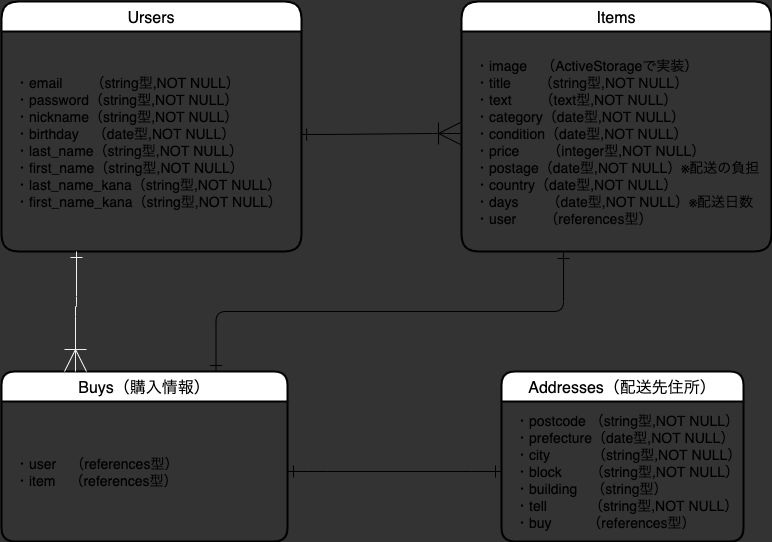
Before: furima.drawio.png, a diagram exported from draw.io (misato-yabe/furima-32068). Source tidied: cells renumbered, new cells last; positions are measured from the earlier drawing's top-left corner, leaving out a move shared by most shapes.
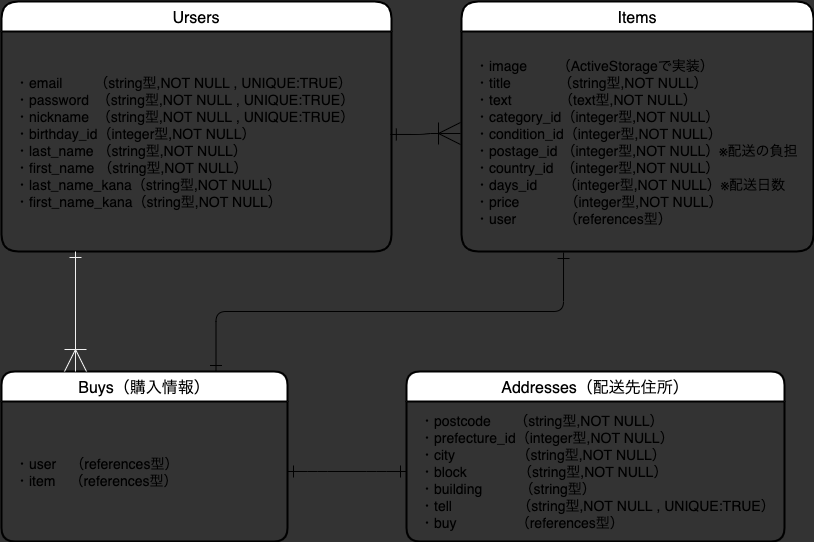
The same diagram one commit later.

Commit message:
DB設計の修正

The edit, as a diff of the source:
```diff
@@ -20,16 +20,16 @@
       </mxGeometry>
     </mxCell>
     <mxCell id="5" value="Ursers" style="swimlane;horizontal=1;startSize=30;rounded=1;fontSize=16;fontStyle=0;strokeWidth=2;shadow=0;dashed=0;align=center;glass=0;sketch=0;swimlaneLine=1;arcSize=19;" parent="1" vertex="1">
-      <mxGeometry width="300" height="250" as="geometry" />
+      <mxGeometry width="390" height="250" as="geometry" />
     </mxCell>
-    <mxCell id="6" value="・email　　（string型,NOT NULL）&#10;・password（string型,NOT NULL）&#10;・nickname（string型,NOT NULL）&#10;・birthday　（date型,NOT NULL）&#10;・last_name（string型,NOT NULL）&#10;・first_name（string型,NOT NULL）&#10;・last_name_kana（string型,NOT NULL）&#10;・first_name_kana（string型,NOT NULL）" style="align=left;strokeColor=none;fillColor=none;spacingLeft=4;fontSize=14;verticalAlign=middle;spacing=10;" parent="5" vertex="1">
-      <mxGeometry y="30" width="300" height="220" as="geometry" />
+    <mxCell id="6" value="・email　　 （string型,NOT NULL , UNIQUE:TRUE）&#10;・password  （string型,NOT NULL , UNIQUE:TRUE）&#10;・nickname  （string型,NOT NULL , UNIQUE:TRUE）&#10;・birthday_id（integer型,NOT NULL）&#10;・last_name （string型,NOT NULL）&#10;・first_name （string型,NOT NULL）&#10;・last_name_kana（string型,NOT NULL）&#10;・first_name_kana（string型,NOT NULL）" style="align=left;strokeColor=none;fillColor=none;spacingLeft=4;fontSize=14;verticalAlign=middle;spacing=10;" parent="5" vertex="1">
+      <mxGeometry y="30" width="390" height="220" as="geometry" />
     </mxCell>
     <mxCell id="7" value="Items" style="swimlane;horizontal=1;startSize=30;rounded=1;fontSize=16;fontStyle=0;strokeWidth=2;shadow=0;dashed=0;align=center;glass=0;sketch=0;swimlaneLine=1;arcSize=19;" parent="1" vertex="1">
-      <mxGeometry x="460" width="310" height="250" as="geometry" />
+      <mxGeometry x="460" width="352" height="250" as="geometry" />
     </mxCell>
-    <mxCell id="8" value="・image　（ActiveStorageで実装）&#10;・title　　（string型,NOT NULL）&#10;・text　　（text型,NOT NULL）&#10;・category（date型,NOT NULL）&#10;・condition（date型,NOT NULL）&#10;・price　　（integer型,NOT NULL）&#10;・postage（date型,NOT NULL）※配送の負担&#10;・country（date型,NOT NULL）&#10;・days　　（date型,NOT NULL）※配送日数&#10;・user　　（references型）" style="align=left;strokeColor=none;fillColor=none;spacingLeft=4;fontSize=14;verticalAlign=middle;spacing=10;" parent="7" vertex="1">
-      <mxGeometry y="30" width="310" height="220" as="geometry" />
+    <mxCell id="8" value="・image　    （ActiveStorageで実装）&#10;・title　　     （string型,NOT NULL）&#10;・text　　     （text型,NOT NULL）&#10;・category_id（integer型,NOT NULL）&#10;・condition_id（integer型,NOT NULL）&#10;・postage_id （integer型,NOT NULL）※配送の負担&#10;・country_id  （integer型,NOT NULL）&#10;・days_id　   （integer型,NOT NULL）※配送日数&#10;・price　        （integer型,NOT NULL）&#10;・user　　     （references型）" style="align=left;strokeColor=none;fillColor=none;spacingLeft=4;fontSize=14;verticalAlign=middle;spacing=10;" parent="7" vertex="1">
+      <mxGeometry y="30" width="352" height="220" as="geometry" />
     </mxCell>
     <mxCell id="9" value="Buys（購入情報）" style="swimlane;horizontal=1;startSize=30;rounded=1;fontSize=16;fontStyle=0;strokeWidth=2;shadow=0;dashed=0;align=center;" parent="1" vertex="1">
       <mxGeometry y="370" width="286" height="170" as="geometry" />
@@ -37,16 +37,20 @@
     <mxCell id="10" value="・user　（references型）&#10;・item　（references型）" style="align=left;strokeColor=none;fillColor=none;spacingLeft=4;fontSize=14;verticalAlign=middle;labelBackgroundColor=none;labelBorderColor=none;spacing=10;" parent="9" vertex="1">
       <mxGeometry y="30" width="286" height="140" as="geometry" />
     </mxCell>
+    <mxCell id="13" style="edgeStyle=orthogonalEdgeStyle;rounded=1;orthogonalLoop=1;jettySize=auto;html=1;startArrow=ERone;startFill=0;startSize=10;endArrow=ERoneToMany;endFill=0;endSize=20;strokeColor=#f0f0f0;fontSize=14;fontColor=#FFFFFF;" parent="1" edge="1">
+      <mxGeometry relative="1" as="geometry">
+        <mxPoint x="74" y="250" as="sourcePoint" />
+        <mxPoint x="74" y="370" as="targetPoint" />
+        <Array as="points">
+          <mxPoint x="74" y="250" />
+        </Array>
+      </mxGeometry>
+    </mxCell>
     <mxCell id="11" value="Addresses（配送先住所）" style="swimlane;horizontal=1;startSize=30;rounded=1;fontSize=16;fontStyle=0;strokeWidth=2;shadow=0;dashed=0;align=center;" parent="1" vertex="1">
-      <mxGeometry x="500" y="370" width="242" height="170" as="geometry" />
+      <mxGeometry x="405" y="370" width="378" height="170" as="geometry" />
     </mxCell>
-    <mxCell id="12" value="・postcode （string型,NOT NULL）&#10;・prefecture（date型,NOT NULL）&#10;・city　　　（string型,NOT NULL）&#10;・block　　（string型,NOT NULL）&#10;・building　（string型）&#10;・tell　　　（string型,NOT NULL）&#10;・buy　　  （references型）" style="align=left;strokeColor=none;fillColor=none;spacingLeft=4;fontSize=14;verticalAlign=middle;labelBackgroundColor=none;labelBorderColor=none;spacing=10;" parent="11" vertex="1">
-      <mxGeometry y="30" width="242" height="140" as="geometry" />
+    <mxCell id="12" value="・postcode      （string型,NOT NULL）&#10;・prefecture_id（integer型,NOT NULL）&#10;・city　　　     （string型,NOT NULL）&#10;・block　　      （string型,NOT NULL）&#10;・building　      （string型）&#10;・tell　　　      （string型,NOT NULL , UNIQUE:TRUE）&#10;・buy　　        （references型）" style="align=left;strokeColor=none;fillColor=none;spacingLeft=4;fontSize=14;verticalAlign=middle;labelBackgroundColor=none;labelBorderColor=none;spacing=10;" parent="11" vertex="1">
+      <mxGeometry y="30" width="378" height="140" as="geometry" />
     </mxCell>
-    <mxCell id="13" style="edgeStyle=orthogonalEdgeStyle;rounded=1;jettySize=auto;html=1;exitX=0.25;exitY=1;exitDx=0;exitDy=0;startArrow=ERone;startFill=0;startSize=10;endArrow=ERoneToMany;endFill=0;endSize=20;strokeColor=#f0f0f0;fontSize=14;fontColor=#FFFFFF;" parent="1" edge="1" source="6">
-      <mxGeometry relative="1" as="geometry">
-        <mxPoint x="74" y="370" as="targetPoint" />
-      </mxGeometry>
-    </mxCell>
   </root>
 </mxGraphModel>
```
